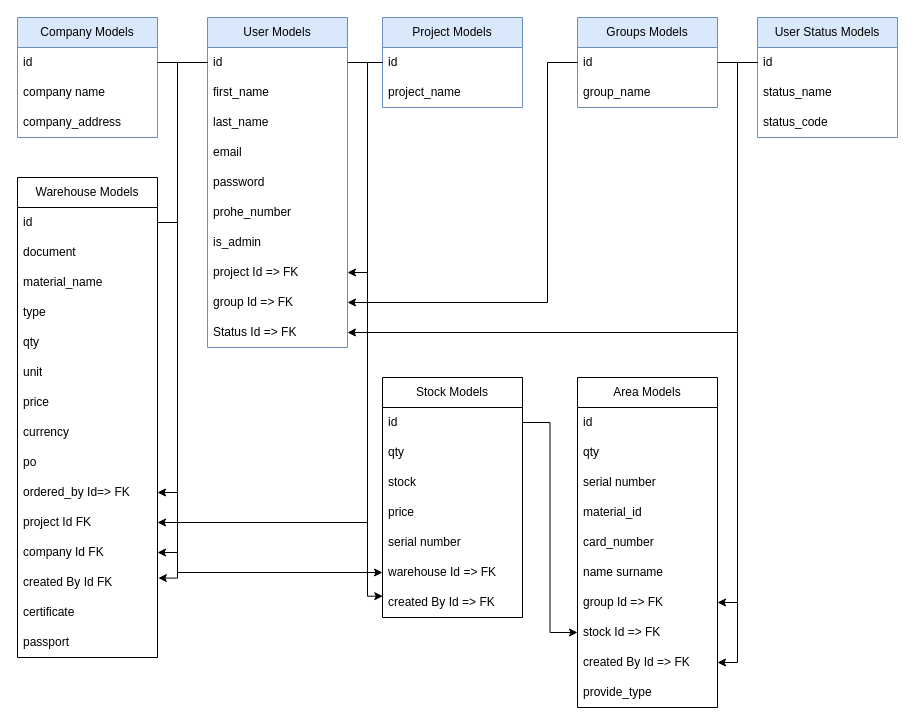
This is DatabaseDiagram.drawio from cavidanbagiri/warehouse-management-server, a draw.io file, before an edit. Source tidied: cells renumbered, new cells numbered last; positions are measured from the earlier drawing's top-left corner, leaving out a move shared by most shapes. Both pictures are drawn from the tidied source at 100%, with x=0, y=0 at pixel (17, 17).
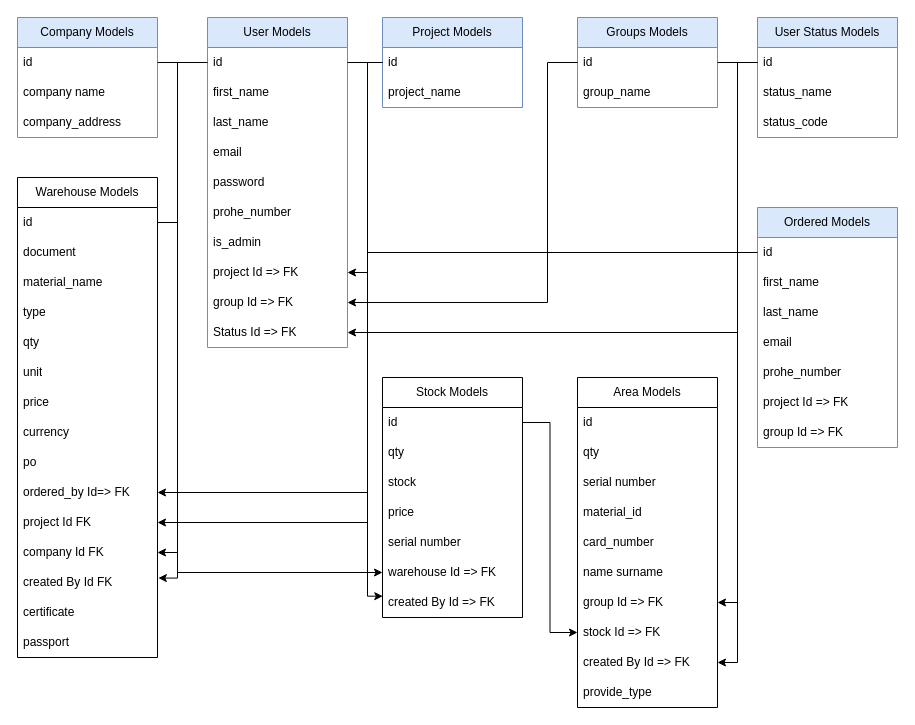
The same page after the edit.

The change refers to these unchanged cells:
```xml
<mxCell id="3" value="id" style="text;strokeColor=none;fillColor=none;align=left;verticalAlign=middle;spacingLeft=4;spacingRight=4;overflow=hidden;points=[[0,0.5],[1,0.5]];portConstraint=eastwest;whiteSpace=wrap;html=1;" parent="2" vertex="1">
  <mxGeometry y="30" width="140" height="30" as="geometry" />
</mxCell>
<mxCell id="31" value="ordered_by Id=&amp;gt; FK" style="text;strokeColor=none;fillColor=none;align=left;verticalAlign=middle;spacingLeft=4;spacingRight=4;overflow=hidden;points=[[0,0.5],[1,0.5]];portConstraint=eastwest;whiteSpace=wrap;html=1;" parent="21" vertex="1">
  <mxGeometry y="300" width="140" height="30" as="geometry" />
</mxCell>
```

The edit, as a diff of the source:
```diff
@@
-    <mxCell id="40" style="edgeStyle=orthogonalEdgeStyle;rounded=0;jettySize=auto;html=1;entryX=1;entryY=0.5;entryDx=0;entryDy=0;" parent="1" edge="1" source="3" target="31">
-      <mxGeometry relative="1" as="geometry">
-        <Array as="points">
-          <mxPoint x="160" y="45" />
-          <mxPoint x="160" y="475" />
-        </Array>
-      </mxGeometry>
-    </mxCell>
@@
+    <mxCell id="74" value="Ordered Models" style="swimlane;fontStyle=0;horizontal=1;startSize=30;whiteSpace=wrap;html=1;fillColor=#dae8fc;strokeColor=#6c8ebf;" parent="1" vertex="1">
+      <mxGeometry x="740" y="190" width="140" height="240" as="geometry" />
+    </mxCell>
+    <mxCell id="75" value="id" style="text;strokeColor=none;fillColor=none;align=left;verticalAlign=middle;spacingLeft=4;spacingRight=4;overflow=hidden;points=[[0,0.5],[1,0.5]];portConstraint=eastwest;whiteSpace=wrap;html=1;" parent="74" vertex="1">
+      <mxGeometry y="30" width="140" height="30" as="geometry" />
+    </mxCell>
+    <mxCell id="76" value="first_name" style="text;strokeColor=none;fillColor=none;align=left;verticalAlign=middle;spacingLeft=4;spacingRight=4;overflow=hidden;whiteSpace=wrap;html=1;" parent="74" vertex="1">
+      <mxGeometry y="60" width="140" height="30" as="geometry" />
+    </mxCell>
+    <mxCell id="77" value="last_name" style="text;strokeColor=none;fillColor=none;align=left;verticalAlign=middle;spacingLeft=4;spacingRight=4;overflow=hidden;whiteSpace=wrap;html=1;" parent="74" vertex="1">
+      <mxGeometry y="90" width="140" height="30" as="geometry" />
+    </mxCell>
+    <mxCell id="78" value="email" style="text;strokeColor=none;fillColor=none;align=left;verticalAlign=middle;spacingLeft=4;spacingRight=4;overflow=hidden;whiteSpace=wrap;html=1;" parent="74" vertex="1">
+      <mxGeometry y="120" width="140" height="30" as="geometry" />
+    </mxCell>
+    <mxCell id="79" value="prohe_number" style="text;strokeColor=none;fillColor=none;align=left;verticalAlign=middle;spacingLeft=4;spacingRight=4;overflow=hidden;whiteSpace=wrap;html=1;" parent="74" vertex="1">
+      <mxGeometry y="150" width="140" height="30" as="geometry" />
+    </mxCell>
+    <mxCell id="80" value="project Id =&amp;gt; FK" style="text;strokeColor=none;fillColor=none;align=left;verticalAlign=middle;spacingLeft=4;spacingRight=4;overflow=hidden;whiteSpace=wrap;html=1;" parent="74" vertex="1">
+      <mxGeometry y="180" width="140" height="30" as="geometry" />
+    </mxCell>
+    <mxCell id="81" value="group Id =&amp;gt; FK" style="text;strokeColor=none;fillColor=none;align=left;verticalAlign=middle;spacingLeft=4;spacingRight=4;overflow=hidden;whiteSpace=wrap;html=1;" parent="74" vertex="1">
+      <mxGeometry y="210" width="140" height="30" as="geometry" />
+    </mxCell>
+    <mxCell id="82" style="edgeStyle=orthogonalEdgeStyle;rounded=0;jettySize=auto;html=1;entryX=1;entryY=0.5;entryDx=0;entryDy=0;" parent="1" edge="1" source="75" target="31">
+      <mxGeometry relative="1" as="geometry">
+        <Array as="points">
+          <mxPoint x="350" y="235" />
+          <mxPoint x="350" y="475" />
+        </Array>
+      </mxGeometry>
+    </mxCell>
```
